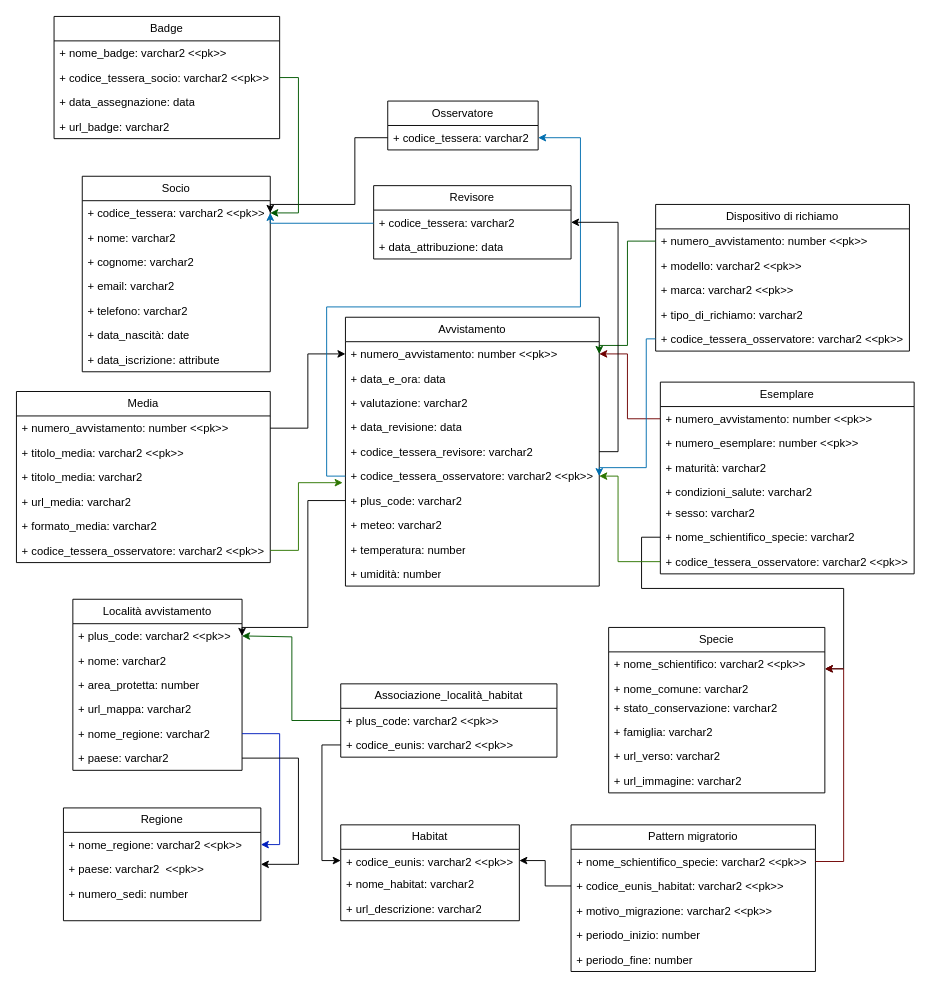
This is page "Page-2" (2 of 4) of document/DiagramUML.drawio from uni-aca100/db-uni, a draw.io file, before an edit. Source tidied: cells renumbered, new cells numbered last; positions are measured from the earlier drawing's top-left corner, leaving out a move shared by most shapes. Both pictures are drawn from the tidied source at 94%, with x=0, y=0 at pixel (16, 16).
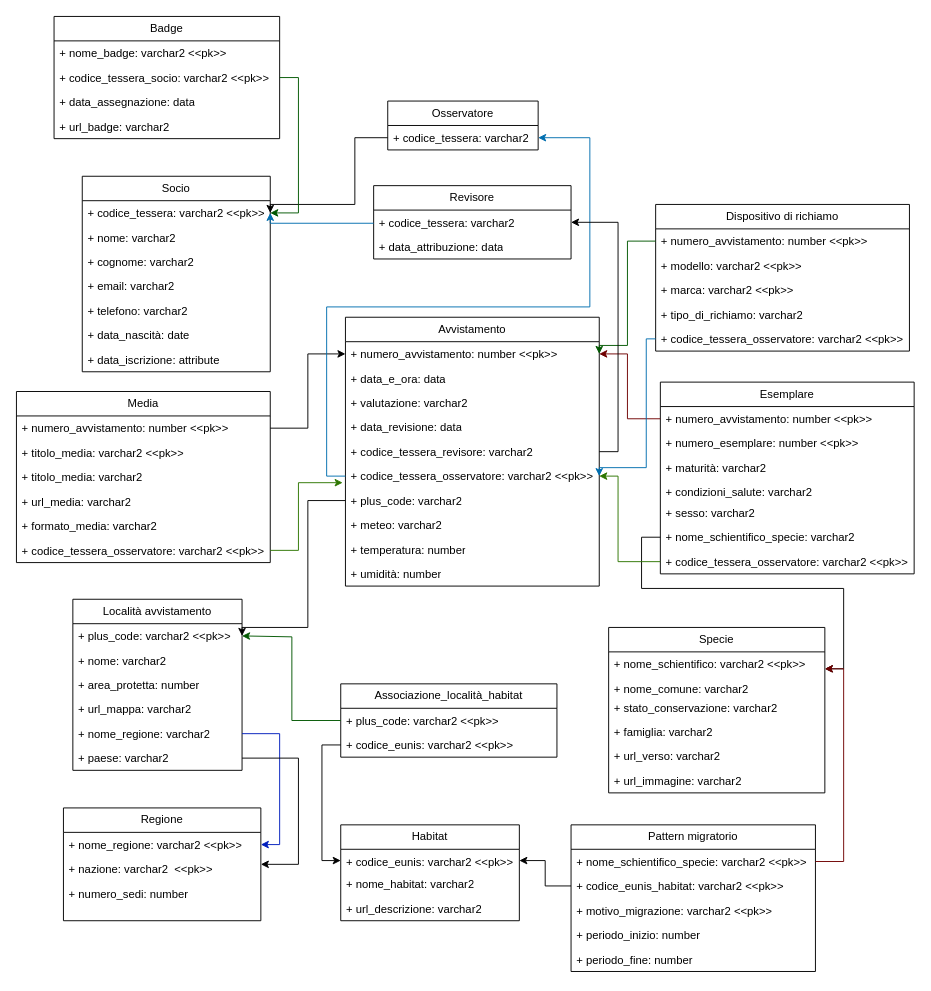
The same page after the edit.

The change refers to these unchanged cells:
```xml
<mxCell id="2" value="Regione" style="swimlane;fontStyle=0;horizontal=1;startSize=26;fillColor=none;whiteSpace=wrap;html=1;" parent="1" vertex="1">
  <mxGeometry x="50" y="842" width="210" height="120" as="geometry" />
</mxCell>
<mxCell id="7" value="+ codice_tessera: varchar2" style="text;strokeColor=none;fillColor=none;align=left;verticalAlign=top;spacingLeft=4;spacingRight=4;overflow=hidden;points=[[0,0.5],[1,0.5]];portConstraint=eastwest;whiteSpace=wrap;html=1;" parent="6" vertex="1">
  <mxGeometry y="26" width="160" height="26" as="geometry" />
</mxCell>
<mxCell id="45" value="+ codice_tessera_osservatore:&amp;nbsp;varchar2 &amp;lt;&amp;lt;pk&amp;gt;&amp;gt;" style="text;strokeColor=none;fillColor=none;align=left;verticalAlign=top;spacingLeft=4;spacingRight=4;overflow=hidden;points=[[0,0.5],[1,0.5]];portConstraint=eastwest;whiteSpace=wrap;html=1;" parent="39" vertex="1">
  <mxGeometry y="156" width="270" height="26" as="geometry" />
</mxCell>
```

What changed in the source:
```diff
@@
-    <mxCell id="4" value="+ paese: varchar2&amp;nbsp; &amp;lt;&amp;lt;pk&amp;gt;&amp;gt;" style="text;strokeColor=none;fillColor=none;align=left;verticalAlign=top;spacingLeft=4;spacingRight=4;overflow=hidden;whiteSpace=wrap;html=1;" parent="2" vertex="1">
+    <mxCell id="4" value="+ nazione: varchar2&amp;nbsp; &amp;lt;&amp;lt;pk&amp;gt;&amp;gt;" style="text;strokeColor=none;fillColor=none;align=left;verticalAlign=top;spacingLeft=4;spacingRight=4;overflow=hidden;whiteSpace=wrap;html=1;" parent="2" vertex="1">
       <mxGeometry y="52" width="210" height="26" as="geometry" />
     </mxCell>
@@
     <mxCell id="98" style="edgeStyle=orthogonalEdgeStyle;rounded=0;jettySize=auto;html=1;exitX=0;exitY=0.5;exitDx=0;exitDy=0;entryX=1;entryY=0.5;entryDx=0;entryDy=0;fillColor=#1ba1e2;strokeColor=#006EAF;" parent="1" edge="1" source="45" target="7">
       <mxGeometry relative="1" as="geometry">
         <Array as="points">
           <mxPoint x="330" y="489" />
           <mxPoint x="330" y="309" />
-          <mxPoint x="600" y="309" />
-          <mxPoint x="600" y="129" />
+          <mxPoint x="610" y="309" />
+          <mxPoint x="610" y="129" />
         </Array>
       </mxGeometry>
     </mxCell>
```
